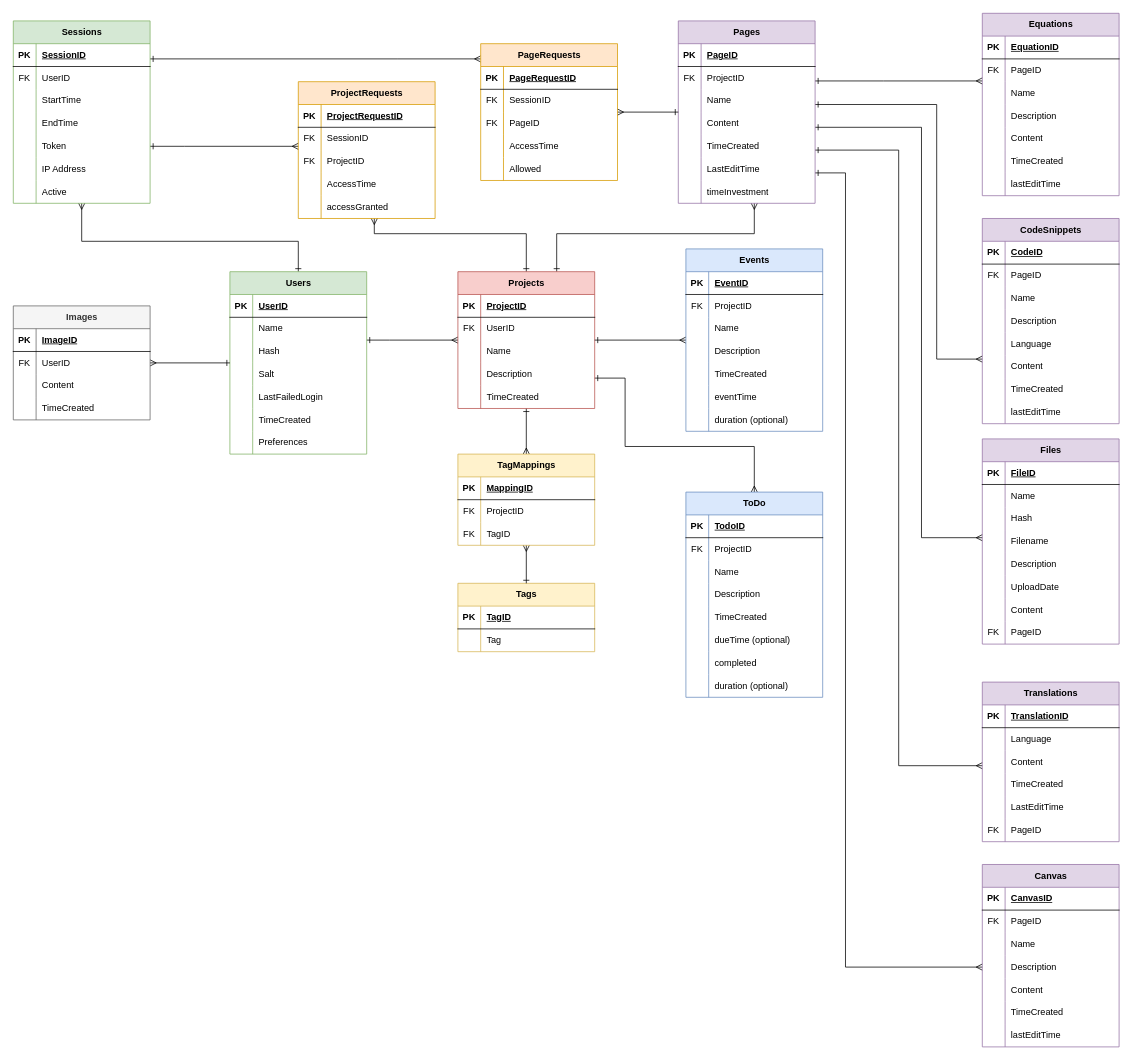
Before: assets/ERD.drawio in Maple-Lazuli/one-place-v3, a draw.io diagram. Source tidied: cells renumbered, new cells numbered last; positions are measured from the earlier drawing's top-left corner, leaving out a move shared by most shapes. Both pictures are drawn from the tidied source at 76%, with x=0, y=0 at pixel (13, 13).
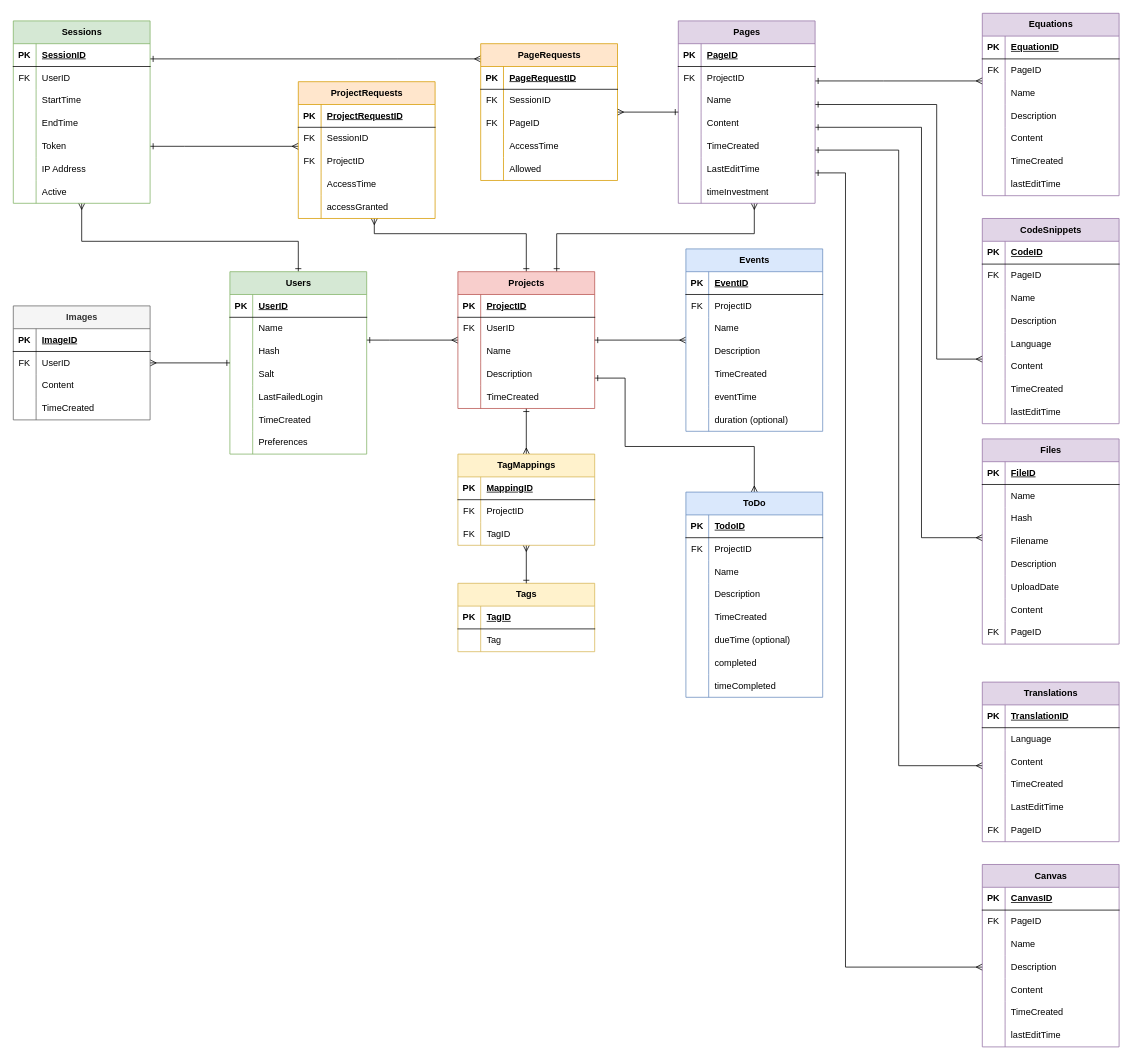
Above is the later version.

Commit message (it also covers changes not shown here):
updated the todo sql file, updated the erd, completed the project endpoint, started the todo endpoint

The change refers to these unchanged cells:
```xml
<mxCell id="246" style="shape=tableRow;horizontal=0;startSize=0;swimlaneHead=0;swimlaneBody=0;fillColor=none;top=0;left=0;right=0;bottom=0;" parent="224" vertex="1">
  <mxGeometry y="240" width="180" height="30" as="geometry" />
</mxCell>
```

The edit, as a diff of the source:
```diff
@@
-    <mxCell id="248" value="duration (optional)" style="shape=partialRectangle;fillColor=none;top=0;left=0;bottom=0;right=0;align=left;spacingLeft=6;overflow=hidden;whiteSpace=wrap;html=1;" parent="246" vertex="1">
+    <mxCell id="248" value="timeCompleted" style="shape=partialRectangle;fillColor=none;top=0;left=0;bottom=0;right=0;align=left;spacingLeft=6;overflow=hidden;whiteSpace=wrap;html=1;" parent="246" vertex="1">
       <mxGeometry x="30" width="150" height="30" as="geometry" />
     </mxCell>
```
